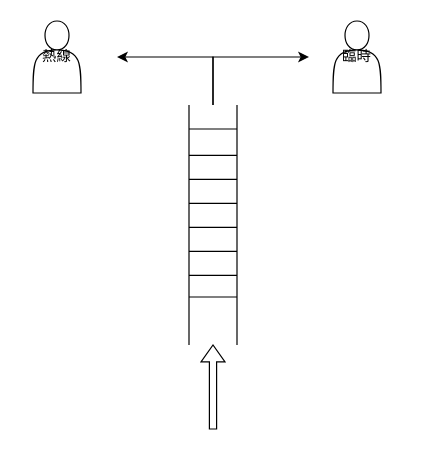
2571788183/- keeps this draw.io diagram as 未命名绘图.drawio. Above is the earlier version. Source tidied: cells renumbered, new cells numbered last; positions are measured from the earlier drawing's top-left corner, leaving out a move shared by most shapes. Both pictures are drawn from the tidied source at 120%, with x=0, y=0 at pixel (32, 20).
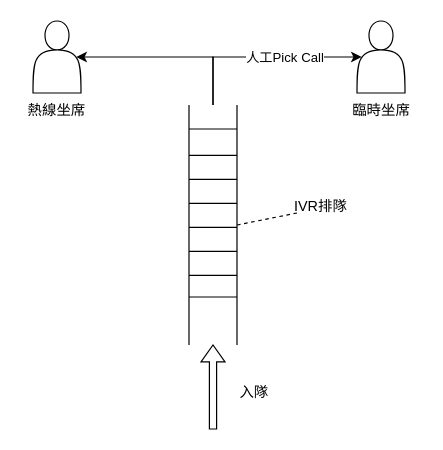
The same page after the edit.

Commit message (it also covers changes not shown here):
更新未命名绘图.drawio

Diff of the diagram source:
```diff
@@
-    <mxCell id="12" style="endArrow=classic;html=1;rounded=0;" parent="1" edge="1">
+    <mxCell id="12" style="endArrow=classic;html=1;rounded=0;entryX=0.1;entryY=0.5;entryDx=0;entryDy=0;entryPerimeter=0;" parent="1" edge="1" target="14">
       <mxGeometry relative="1" as="geometry">
         <mxPoint x="150" y="70" as="sourcePoint" />
-        <mxPoint x="230" y="30" as="targetPoint" />
         <Array as="points">
           <mxPoint x="150" y="30" />
         </Array>
       </mxGeometry>
     </mxCell>
+    <mxCell id="17" value="人工Pick Call" style="edgeLabel;html=1;align=center;verticalAlign=middle;" parent="12" vertex="1">
+      <mxGeometry x="0.21" y="-3" relative="1" as="geometry">
+        <mxPoint y="-3" as="offset" />
+      </mxGeometry>
+    </mxCell>
-    <mxCell id="13" style="endArrow=classic;html=1;rounded=0;" parent="1" edge="1">
+    <mxCell id="13" style="endArrow=classic;html=1;rounded=0;entryX=0.9;entryY=0.5;entryDx=0;entryDy=0;entryPerimeter=0;" parent="1" edge="1" target="15">
       <mxGeometry relative="1" as="geometry">
         <mxPoint x="150" y="70" as="sourcePoint" />
-        <mxPoint x="70" y="30" as="targetPoint" />
         <Array as="points">
           <mxPoint x="150" y="30" />
         </Array>
       </mxGeometry>
     </mxCell>
-    <mxCell id="14" value="臨時" style="shape=actor;whiteSpace=wrap;html=1;" parent="1" vertex="1">
-      <mxGeometry x="250" width="40" height="60" as="geometry" />
+    <mxCell id="14" style="shape=actor;whiteSpace=wrap;html=1;" parent="1" vertex="1">
+      <mxGeometry x="270" width="40" height="60" as="geometry" />
     </mxCell>
-    <mxCell id="15" value="熱線" style="shape=actor;whiteSpace=wrap;html=1;" parent="1" vertex="1">
+    <mxCell id="15" style="shape=actor;whiteSpace=wrap;html=1;" parent="1" vertex="1">
       <mxGeometry width="40" height="60" as="geometry" />
     </mxCell>
@@
+    <mxCell id="18" style="endArrow=none;dashed=1;html=1;rounded=0;" parent="1" edge="1">
+      <mxGeometry relative="1" as="geometry">
+        <mxPoint x="170" y="170" as="sourcePoint" />
+        <mxPoint x="220" y="160" as="targetPoint" />
+      </mxGeometry>
+    </mxCell>
+    <mxCell id="19" value="IVR排隊" style="text;html=1;strokeColor=none;fillColor=none;align=center;verticalAlign=middle;whiteSpace=wrap;rounded=0;" parent="1" vertex="1">
+      <mxGeometry x="210" y="140" width="60" height="30" as="geometry" />
+    </mxCell>
+    <mxCell id="20" value="入隊" style="text;html=1;align=center;verticalAlign=middle;strokeColor=none;fillColor=none;" parent="1" vertex="1">
+      <mxGeometry x="159" y="295" width="50" height="30" as="geometry" />
+    </mxCell>
+    <mxCell id="21" value="熱線坐席" style="text;html=1;strokeColor=none;fillColor=none;align=center;verticalAlign=middle;whiteSpace=wrap;rounded=0;" parent="1" vertex="1">
+      <mxGeometry x="-10" y="60" width="60" height="30" as="geometry" />
+    </mxCell>
+    <mxCell id="22" value="臨時坐席" style="text;html=1;align=center;verticalAlign=middle;strokeColor=none;fillColor=none;" parent="1" vertex="1">
+      <mxGeometry x="255" y="60" width="70" height="30" as="geometry" />
+    </mxCell>
```
